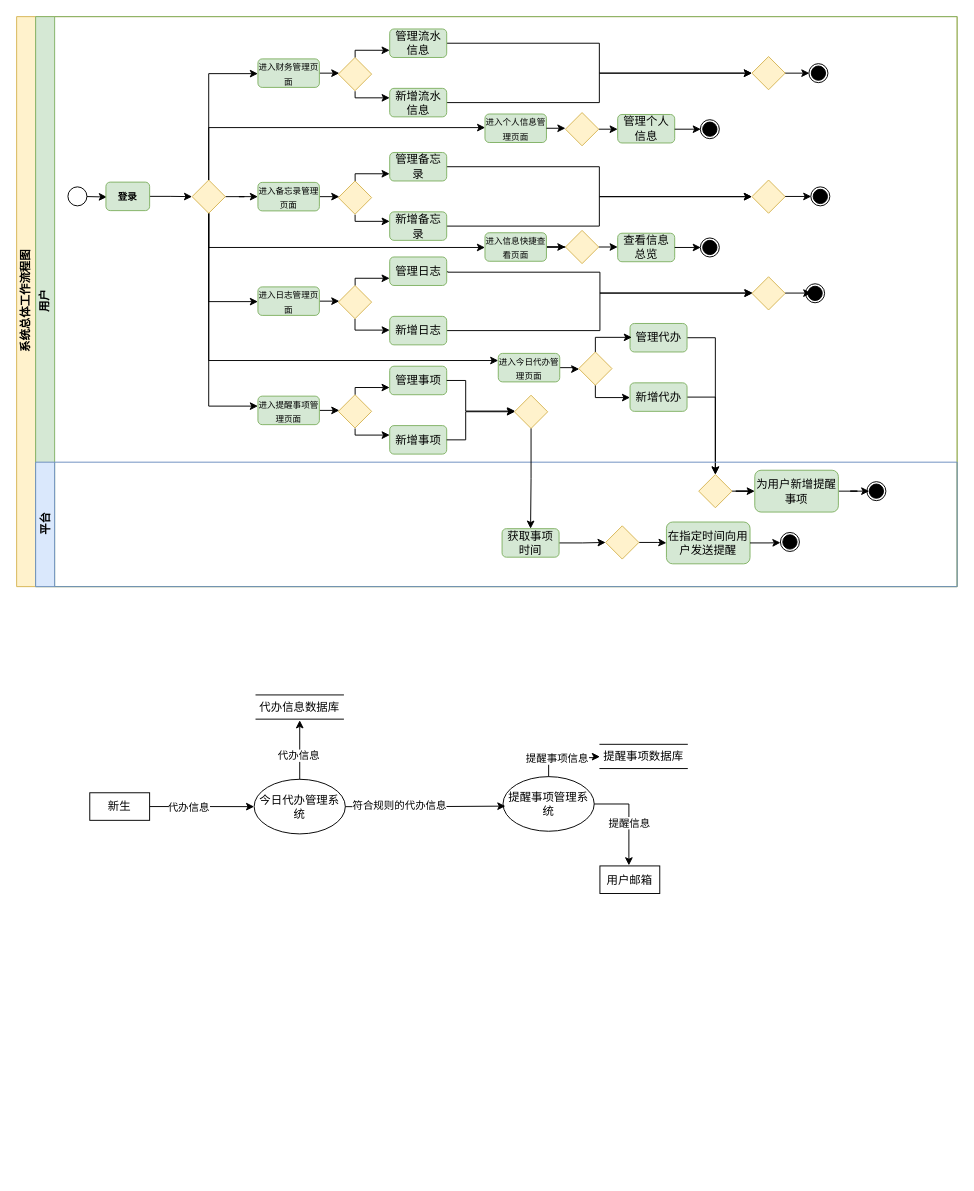
This is 工程流程图.drawio from GitHubDeadTree/Campus-ToDo, a draw.io file, before an edit. Source tidied: cells renumbered, new cells numbered last; positions are measured from the earlier drawing's top-left corner, leaving out a move shared by most shapes. Both pictures are drawn from the tidied source at 95%, with x=0, y=0 at pixel (16, 16).
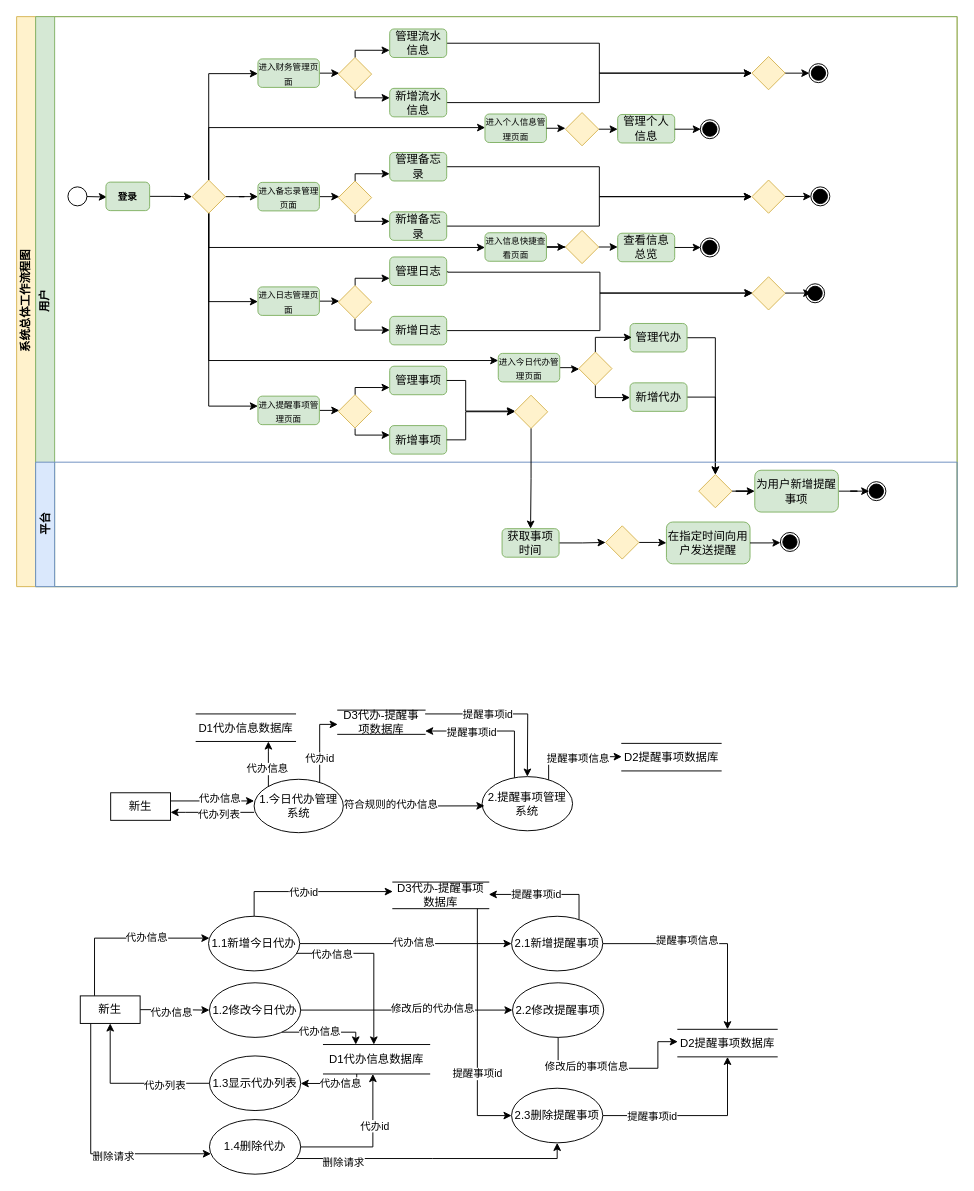
The same diagram, later.

Commit message:
更新工程流程图.drawio

The change refers to these unchanged cells:
```xml
<mxCell id="118" style="edgeStyle=orthogonalEdgeStyle;rounded=0;jettySize=auto;html=1;" parent="1" edge="1" source="113" target="114">
  <mxGeometry relative="1" as="geometry">
    <Array as="points">
      <mxPoint x="560" y="780" />
      <mxPoint x="611" y="780" />
      <mxPoint x="611" y="779" />
    </Array>
  </mxGeometry>
</mxCell>
```

Change to the diagram source:
```diff
@@
+    <mxCell id="122" style="edgeStyle=orthogonalEdgeStyle;rounded=0;jettySize=auto;html=1;" parent="1" edge="1" target="109">
+      <mxGeometry relative="1" as="geometry">
+        <mxPoint x="250" y="837.6" as="sourcePoint" />
+        <Array as="points">
+          <mxPoint x="178" y="838" />
+          <mxPoint x="178" y="838" />
+        </Array>
+      </mxGeometry>
+    </mxCell>
+    <mxCell id="123" value="代办列表" style="edgeLabel;html=1;align=center;verticalAlign=middle;" parent="122" vertex="1">
+      <mxGeometry x="0.08" relative="1" as="geometry">
+        <mxPoint x="10" y="2" as="offset" />
+      </mxGeometry>
+    </mxCell>
+    <mxCell id="124" style="edgeStyle=orthogonalEdgeStyle;rounded=0;jettySize=auto;html=1;" parent="1" edge="1" source="106" target="168">
+      <mxGeometry relative="1" as="geometry">
+        <Array as="points">
+          <mxPoint x="319" y="745" />
+        </Array>
+      </mxGeometry>
+    </mxCell>
+    <mxCell id="125" value="代办id" style="edgeLabel;html=1;align=center;verticalAlign=middle;" parent="124" vertex="1">
+      <mxGeometry x="-0.35" y="1" relative="1" as="geometry" />
+    </mxCell>
-    <mxCell id="106" value="今日代办管理系统" style="ellipse;whiteSpace=wrap;html=1;" parent="1" vertex="1">
-      <mxGeometry x="250" y="802.8" width="96" height="57.5" as="geometry" />
+    <mxCell id="106" value="1.今日代办管理系统" style="ellipse;whiteSpace=wrap;html=1;" parent="1" vertex="1">
+      <mxGeometry x="250" y="802.8" width="93.9" height="56.2" as="geometry" />
     </mxCell>
-    <mxCell id="107" style="edgeStyle=orthogonalEdgeStyle;rounded=0;jettySize=auto;html=1;" parent="1" edge="1" source="109" target="106">
-      <mxGeometry relative="1" as="geometry" />
+    <mxCell id="107" style="edgeStyle=orthogonalEdgeStyle;rounded=0;jettySize=auto;html=1;" parent="1" edge="1" source="109">
+      <mxGeometry relative="1" as="geometry">
+        <mxPoint x="250" y="825.6" as="targetPoint" />
+        <Array as="points">
+          <mxPoint x="202" y="826" />
+        </Array>
+      </mxGeometry>
     </mxCell>
     <mxCell id="108" value="代办信息" style="edgeLabel;html=1;align=center;verticalAlign=middle;" parent="107" vertex="1">
-      <mxGeometry x="-0.28" y="-1" relative="1" as="geometry" />
+      <mxGeometry x="-0.28" y="-1" relative="1" as="geometry">
+        <mxPoint x="19" y="-4" as="offset" />
+      </mxGeometry>
     </mxCell>
     <mxCell id="109" value="新生" style="rounded=0;whiteSpace=wrap;html=1;" parent="1" vertex="1">
-      <mxGeometry x="77" y="817" width="63" height="29" as="geometry" />
+      <mxGeometry x="99" y="817" width="63" height="29" as="geometry" />
     </mxCell>
-    <mxCell id="110" value="代办信息数据库" style="shape=partialRectangle;whiteSpace=wrap;html=1;left=0;right=0;fillColor=none;" parent="1" vertex="1">
-      <mxGeometry x="252" y="714" width="92" height="25.5" as="geometry" />
+    <mxCell id="110" value="D1代办信息数据库" style="shape=partialRectangle;whiteSpace=wrap;html=1;left=0;right=0;fillColor=none;" parent="1" vertex="1">
+      <mxGeometry x="189" y="734" width="104.6" height="29" as="geometry" />
     </mxCell>
-    <mxCell id="111" style="edgeStyle=orthogonalEdgeStyle;rounded=0;jettySize=auto;html=1;entryX=0.5;entryY=1.047;entryDx=0;entryDy=0;entryPerimeter=0;" parent="1" edge="1" source="106" target="110">
-      <mxGeometry relative="1" as="geometry" />
+    <mxCell id="111" style="edgeStyle=orthogonalEdgeStyle;rounded=0;jettySize=auto;html=1;" parent="1" edge="1" source="106" target="110">
+      <mxGeometry relative="1" as="geometry">
+        <Array as="points">
+          <mxPoint x="265" y="774" />
+          <mxPoint x="265" y="774" />
+        </Array>
+      </mxGeometry>
     </mxCell>
@@
-    <mxCell id="113" value="提醒事项管理系统" style="ellipse;whiteSpace=wrap;html=1;" parent="1" vertex="1">
-      <mxGeometry x="512" y="800" width="96" height="57.5" as="geometry" />
+    <mxCell id="113" value="2.提醒事项管理系统" style="ellipse;whiteSpace=wrap;html=1;" parent="1" vertex="1">
+      <mxGeometry x="490" y="800" width="95.2" height="57" as="geometry" />
     </mxCell>
-    <mxCell id="114" value="提醒事项数据库" style="shape=partialRectangle;whiteSpace=wrap;html=1;left=0;right=0;fillColor=none;" parent="1" vertex="1">
-      <mxGeometry x="614" y="766" width="92" height="25.5" as="geometry" />
+    <mxCell id="114" value="D2提醒事项数据库" style="shape=partialRectangle;whiteSpace=wrap;html=1;left=0;right=0;fillColor=none;" parent="1" vertex="1">
+      <mxGeometry x="637" y="765" width="104.6" height="29" as="geometry" />
     </mxCell>
@@
-    <mxCell id="117" value="用户邮箱" style="rounded=0;whiteSpace=wrap;html=1;" parent="1" vertex="1">
-      <mxGeometry x="614" y="894" width="63" height="29" as="geometry" />
-    </mxCell>
@@
     <mxCell id="119" value="提醒事项信息" style="edgeLabel;html=1;align=center;verticalAlign=middle;" parent="118" vertex="1">
-      <mxGeometry x="-0.25" relative="1" as="geometry" />
+      <mxGeometry x="-0.25" relative="1" as="geometry">
+        <mxPoint x="16" as="offset" />
+      </mxGeometry>
     </mxCell>
-    <mxCell id="120" style="edgeStyle=orthogonalEdgeStyle;rounded=0;jettySize=auto;html=1;entryX=0.484;entryY=-0.021;entryDx=0;entryDy=0;entryPerimeter=0;" parent="1" edge="1" source="113" target="117">
-      <mxGeometry relative="1" as="geometry" />
-    </mxCell>
-    <mxCell id="121" value="提醒信息" style="edgeLabel;html=1;align=center;verticalAlign=middle;" parent="120" vertex="1">
-      <mxGeometry x="0.1" relative="1" as="geometry" />
-    </mxCell>
+    <mxCell id="126" style="edgeStyle=orthogonalEdgeStyle;rounded=0;jettySize=auto;html=1;" parent="1" edge="1" source="132" target="139">
+      <mxGeometry relative="1" as="geometry">
+        <Array as="points">
+          <mxPoint x="82" y="970" />
+        </Array>
+      </mxGeometry>
+    </mxCell>
+    <mxCell id="127" value="代办信息" style="edgeLabel;html=1;align=center;verticalAlign=middle;" parent="126" vertex="1">
+      <mxGeometry x="0.27" y="2" relative="1" as="geometry" />
+    </mxCell>
+    <mxCell id="128" style="edgeStyle=orthogonalEdgeStyle;rounded=0;jettySize=auto;html=1;" parent="1" edge="1" source="132" target="149">
+      <mxGeometry relative="1" as="geometry" />
+    </mxCell>
+    <mxCell id="129" value="代办信息" style="edgeLabel;html=1;align=center;verticalAlign=middle;" parent="128" vertex="1">
+      <mxGeometry x="-0.13" y="-2" relative="1" as="geometry" />
+    </mxCell>
+    <mxCell id="130" style="edgeStyle=orthogonalEdgeStyle;rounded=0;jettySize=auto;html=1;" parent="1" edge="1" source="132" target="144">
+      <mxGeometry relative="1" as="geometry">
+        <Array as="points">
+          <mxPoint x="78" y="1197" />
+        </Array>
+      </mxGeometry>
+    </mxCell>
+    <mxCell id="131" value="删除请求" style="edgeLabel;html=1;align=center;verticalAlign=middle;" parent="130" vertex="1">
+      <mxGeometry x="0.22" y="-2" relative="1" as="geometry" />
+    </mxCell>
+    <mxCell id="132" value="新生" style="rounded=0;whiteSpace=wrap;html=1;" parent="1" vertex="1">
+      <mxGeometry x="67" y="1030.8" width="63" height="29" as="geometry" />
+    </mxCell>
+    <mxCell id="133" style="edgeStyle=orthogonalEdgeStyle;rounded=0;jettySize=auto;html=1;" parent="1" edge="1" target="152">
+      <mxGeometry relative="1" as="geometry">
+        <mxPoint x="284.8" y="986" as="sourcePoint" />
+        <Array as="points">
+          <mxPoint x="376" y="986" />
+        </Array>
+      </mxGeometry>
+    </mxCell>
+    <mxCell id="134" value="代办信息" style="edgeLabel;html=1;align=center;verticalAlign=middle;" parent="133" vertex="1">
+      <mxGeometry x="-0.43" y="3" relative="1" as="geometry">
+        <mxPoint x="-6" y="3" as="offset" />
+      </mxGeometry>
+    </mxCell>
+    <mxCell id="135" style="edgeStyle=orthogonalEdgeStyle;rounded=0;jettySize=auto;html=1;" parent="1" edge="1" source="139" target="175">
+      <mxGeometry relative="1" as="geometry">
+        <Array as="points">
+          <mxPoint x="250" y="921" />
+        </Array>
+      </mxGeometry>
+    </mxCell>
+    <mxCell id="136" value="代办id" style="edgeLabel;html=1;align=center;verticalAlign=middle;" parent="135" vertex="1">
+      <mxGeometry x="-0.11" relative="1" as="geometry" />
+    </mxCell>
+    <mxCell id="137" style="edgeStyle=orthogonalEdgeStyle;rounded=0;jettySize=auto;html=1;" parent="1" edge="1" source="139" target="160">
+      <mxGeometry relative="1" as="geometry" />
+    </mxCell>
+    <mxCell id="138" value="代办信息" style="edgeLabel;html=1;align=center;verticalAlign=middle;" parent="137" vertex="1">
+      <mxGeometry x="0.07" y="1" relative="1" as="geometry" />
+    </mxCell>
+    <mxCell id="139" value="1.1新增&lt;span style=&quot;background-color: initial;&quot;&gt;今日代办&lt;/span&gt;" style="ellipse;whiteSpace=wrap;html=1;" parent="1" vertex="1">
+      <mxGeometry x="202" y="947" width="96" height="57.5" as="geometry" />
+    </mxCell>
+    <mxCell id="140" style="edgeStyle=orthogonalEdgeStyle;rounded=0;jettySize=auto;html=1;" parent="1" edge="1" source="144" target="166">
+      <mxGeometry relative="1" as="geometry">
+        <Array as="points">
+          <mxPoint x="438" y="1202" />
+          <mxPoint x="438" y="1202" />
+        </Array>
+      </mxGeometry>
+    </mxCell>
+    <mxCell id="141" value="删除请求" style="edgeLabel;html=1;align=center;verticalAlign=middle;" parent="140" vertex="1">
+      <mxGeometry x="-0.66" y="-3" relative="1" as="geometry" />
+    </mxCell>
+    <mxCell id="142" style="edgeStyle=orthogonalEdgeStyle;rounded=0;jettySize=auto;html=1;" parent="1" edge="1" source="144" target="152">
+      <mxGeometry relative="1" as="geometry">
+        <Array as="points">
+          <mxPoint x="375" y="1190" />
+        </Array>
+      </mxGeometry>
+    </mxCell>
+    <mxCell id="143" value="代办id" style="edgeLabel;html=1;align=center;verticalAlign=middle;" parent="142" vertex="1">
+      <mxGeometry x="0.28" y="-1" relative="1" as="geometry" />
+    </mxCell>
+    <mxCell id="144" value="1.4删除代办" style="ellipse;whiteSpace=wrap;html=1;" parent="1" vertex="1">
+      <mxGeometry x="203" y="1161" width="96" height="57.5" as="geometry" />
+    </mxCell>
+    <mxCell id="145" style="edgeStyle=orthogonalEdgeStyle;rounded=0;jettySize=auto;html=1;" parent="1" edge="1" source="149" target="152">
+      <mxGeometry relative="1" as="geometry">
+        <Array as="points">
+          <mxPoint x="357" y="1069" />
+        </Array>
+      </mxGeometry>
+    </mxCell>
+    <mxCell id="146" value="代办信息" style="edgeLabel;html=1;align=center;verticalAlign=middle;" parent="145" vertex="1">
+      <mxGeometry x="-0.13" y="2" relative="1" as="geometry" />
+    </mxCell>
+    <mxCell id="147" style="edgeStyle=orthogonalEdgeStyle;rounded=0;jettySize=auto;html=1;" parent="1" edge="1" source="149" target="163">
+      <mxGeometry relative="1" as="geometry" />
+    </mxCell>
+    <mxCell id="148" value="修改后的代办信息" style="edgeLabel;html=1;align=center;verticalAlign=middle;" parent="147" vertex="1">
+      <mxGeometry y="2" relative="1" as="geometry">
+        <mxPoint x="26" as="offset" />
+      </mxGeometry>
+    </mxCell>
+    <mxCell id="149" value="1.2修改今日代办" style="ellipse;whiteSpace=wrap;html=1;" parent="1" vertex="1">
+      <mxGeometry x="203" y="1017" width="96" height="57.5" as="geometry" />
+    </mxCell>
+    <mxCell id="150" style="edgeStyle=orthogonalEdgeStyle;rounded=0;jettySize=auto;html=1;" parent="1" edge="1" source="152" target="155">
+      <mxGeometry relative="1" as="geometry">
+        <Array as="points">
+          <mxPoint x="358" y="1123" />
+        </Array>
+      </mxGeometry>
+    </mxCell>
+    <mxCell id="151" value="代办信息" style="edgeLabel;html=1;align=center;verticalAlign=middle;" parent="150" vertex="1">
+      <mxGeometry x="-0.18" y="-1" relative="1" as="geometry" />
+    </mxCell>
+    <mxCell id="152" value="D1代办信息数据库" style="shape=partialRectangle;whiteSpace=wrap;html=1;left=0;right=0;fillColor=none;" parent="1" vertex="1">
+      <mxGeometry x="323" y="1082" width="111.8" height="31" as="geometry" />
+    </mxCell>
+    <mxCell id="153" style="edgeStyle=orthogonalEdgeStyle;rounded=0;jettySize=auto;html=1;" parent="1" edge="1" source="155" target="132">
+      <mxGeometry relative="1" as="geometry" />
+    </mxCell>
+    <mxCell id="154" value="代办列表" style="edgeLabel;html=1;align=center;verticalAlign=middle;" parent="153" vertex="1">
+      <mxGeometry x="-0.43" y="2" relative="1" as="geometry" />
+    </mxCell>
+    <mxCell id="155" value="1.3显示代办列表" style="ellipse;whiteSpace=wrap;html=1;" parent="1" vertex="1">
+      <mxGeometry x="203" y="1094" width="96" height="57.5" as="geometry" />
+    </mxCell>
+    <mxCell id="156" style="edgeStyle=orthogonalEdgeStyle;rounded=0;jettySize=auto;html=1;" parent="1" edge="1" source="160" target="175">
+      <mxGeometry relative="1" as="geometry">
+        <Array as="points">
+          <mxPoint x="592" y="924" />
+        </Array>
+      </mxGeometry>
+    </mxCell>
+    <mxCell id="157" value="提醒事项id" style="edgeLabel;html=1;align=center;verticalAlign=middle;" parent="156" vertex="1">
+      <mxGeometry x="0.18" y="-1" relative="1" as="geometry" />
+    </mxCell>
+    <mxCell id="158" style="edgeStyle=orthogonalEdgeStyle;rounded=0;jettySize=auto;html=1;" parent="1" edge="1" source="160" target="167">
+      <mxGeometry relative="1" as="geometry" />
+    </mxCell>
+    <mxCell id="159" value="提醒事项信息" style="edgeLabel;html=1;align=center;verticalAlign=middle;" parent="158" vertex="1">
+      <mxGeometry x="-0.2" y="3" relative="1" as="geometry" />
+    </mxCell>
+    <mxCell id="160" value="2.1新增提醒事项" style="ellipse;whiteSpace=wrap;html=1;" parent="1" vertex="1">
+      <mxGeometry x="521" y="947" width="96" height="57.5" as="geometry" />
+    </mxCell>
+    <mxCell id="161" style="edgeStyle=orthogonalEdgeStyle;rounded=0;jettySize=auto;html=1;" parent="1" edge="1" source="163" target="167">
+      <mxGeometry relative="1" as="geometry">
+        <Array as="points">
+          <mxPoint x="570" y="1107" />
+          <mxPoint x="675" y="1107" />
+          <mxPoint x="675" y="1079" />
+        </Array>
+      </mxGeometry>
+    </mxCell>
+    <mxCell id="162" value="修改后的事项信息" style="edgeLabel;html=1;align=center;verticalAlign=middle;" parent="161" vertex="1">
+      <mxGeometry x="-0.33" y="3" relative="1" as="geometry" />
+    </mxCell>
+    <mxCell id="163" value="2.2修改提醒事项" style="ellipse;whiteSpace=wrap;html=1;" parent="1" vertex="1">
+      <mxGeometry x="522" y="1017" width="96" height="57.5" as="geometry" />
+    </mxCell>
+    <mxCell id="164" style="edgeStyle=orthogonalEdgeStyle;rounded=0;jettySize=auto;html=1;" parent="1" edge="1" source="166" target="167">
+      <mxGeometry relative="1" as="geometry" />
+    </mxCell>
+    <mxCell id="165" value="提醒事项id" style="edgeLabel;html=1;align=center;verticalAlign=middle;" parent="164" vertex="1">
+      <mxGeometry x="-0.46" y="-1" relative="1" as="geometry" />
+    </mxCell>
+    <mxCell id="166" value="2.3删除提醒事项" style="ellipse;whiteSpace=wrap;html=1;" parent="1" vertex="1">
+      <mxGeometry x="521" y="1128" width="96" height="57.5" as="geometry" />
+    </mxCell>
+    <mxCell id="167" value="D2提醒事项数据库" style="shape=partialRectangle;whiteSpace=wrap;html=1;left=0;right=0;fillColor=none;" parent="1" vertex="1">
+      <mxGeometry x="696" y="1066" width="104.6" height="29" as="geometry" />
+    </mxCell>
+    <mxCell id="168" value="D3代办-提醒事项数据库" style="shape=partialRectangle;whiteSpace=wrap;html=1;left=0;right=0;fillColor=none;" parent="1" vertex="1">
+      <mxGeometry x="338" y="730" width="92" height="25.5" as="geometry" />
+    </mxCell>
+    <mxCell id="169" style="edgeStyle=orthogonalEdgeStyle;rounded=0;jettySize=auto;html=1;" parent="1" edge="1" source="113" target="168">
+      <mxGeometry relative="1" as="geometry">
+        <Array as="points">
+          <mxPoint x="524" y="752" />
+        </Array>
+      </mxGeometry>
+    </mxCell>
+    <mxCell id="170" value="提醒事项id" style="edgeLabel;html=1;align=center;verticalAlign=middle;" parent="169" vertex="1">
+      <mxGeometry x="-0.01" y="1" relative="1" as="geometry">
+        <mxPoint x="-24" as="offset" />
+      </mxGeometry>
+    </mxCell>
+    <mxCell id="171" style="edgeStyle=orthogonalEdgeStyle;rounded=0;jettySize=auto;html=1;" parent="1" edge="1" source="168" target="113">
+      <mxGeometry relative="1" as="geometry">
+        <Array as="points">
+          <mxPoint x="538" y="734" />
+        </Array>
+      </mxGeometry>
+    </mxCell>
+    <mxCell id="172" value="提醒事项id" style="edgeLabel;html=1;align=center;verticalAlign=middle;" parent="171" vertex="1">
+      <mxGeometry x="-0.25" relative="1" as="geometry" />
+    </mxCell>
+    <mxCell id="173" style="edgeStyle=orthogonalEdgeStyle;rounded=0;jettySize=auto;html=1;" parent="1" edge="1" source="175" target="166">
+      <mxGeometry relative="1" as="geometry">
+        <Array as="points">
+          <mxPoint x="485" y="1051" />
+          <mxPoint x="485" y="1051" />
+        </Array>
+      </mxGeometry>
+    </mxCell>
+    <mxCell id="174" value="提醒事项id" style="edgeLabel;html=1;align=center;verticalAlign=middle;" parent="173" vertex="1">
+      <mxGeometry x="0.36" y="-1" relative="1" as="geometry" />
+    </mxCell>
+    <mxCell id="175" value="D3代办-提醒事项数据库" style="shape=partialRectangle;whiteSpace=wrap;html=1;left=0;right=0;fillColor=none;" parent="1" vertex="1">
+      <mxGeometry x="396" y="911" width="101" height="28" as="geometry" />
+    </mxCell>
```
